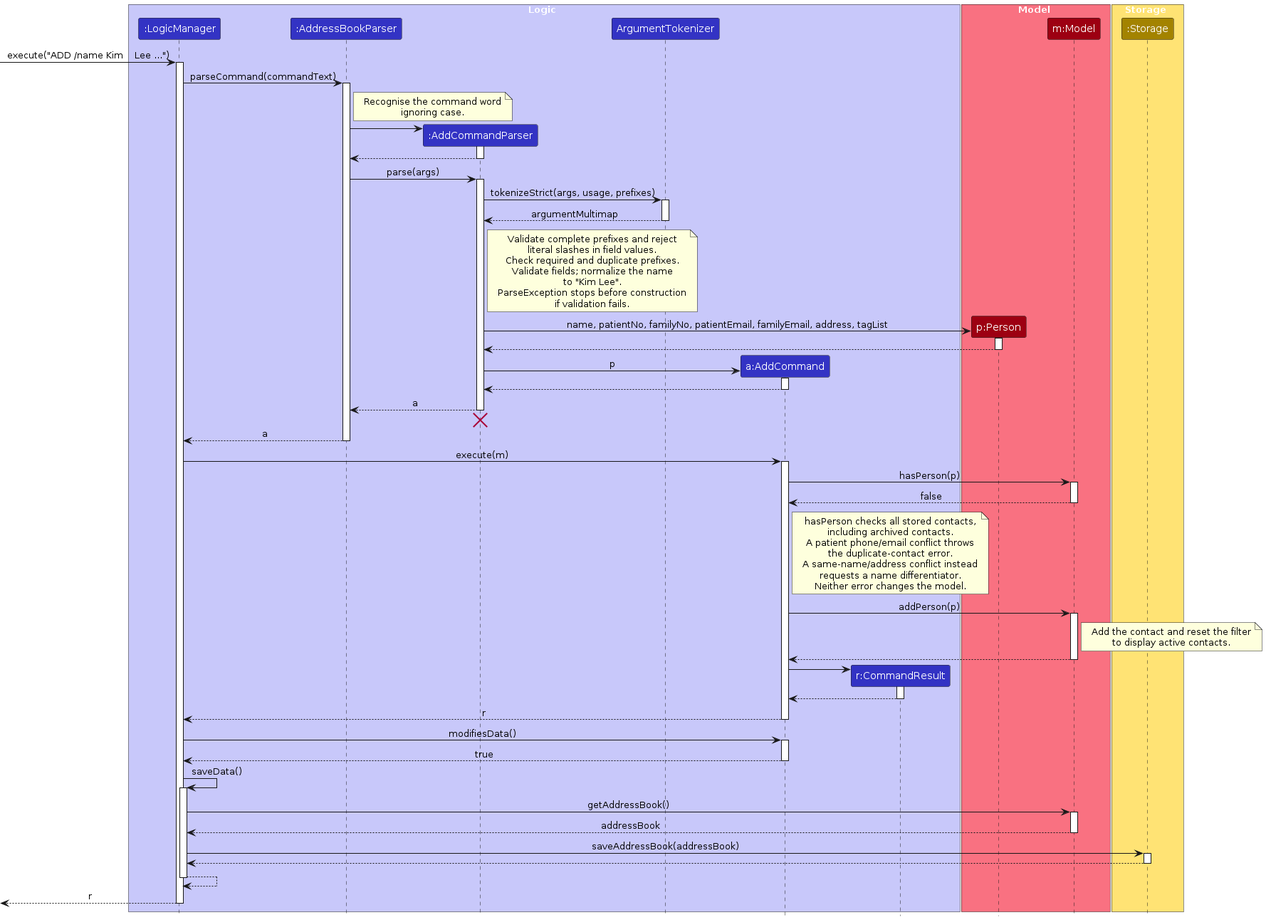
This is diagrams/AddSequenceDiagram.png from AY2627S1-CS2103T-T08-1/tp, a PlantUML export, as it was before one commit. Its source is kept beside it as diagrams/AddSequenceDiagram.puml.
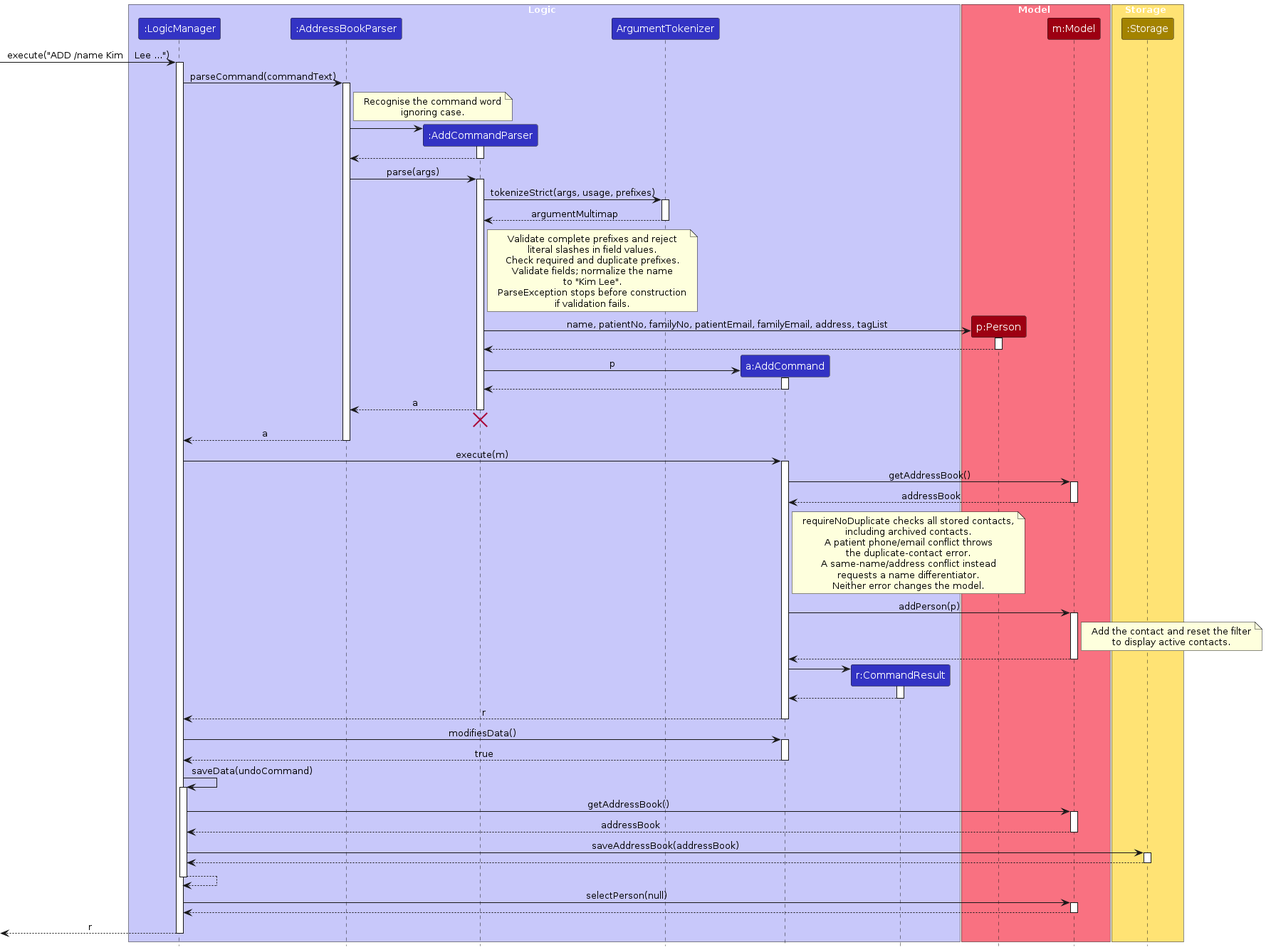
The same diagram one commit later.

Diff of the diagram source:
```diff
@@ -81,14 +81,14 @@
 LogicManager -> AddCommand : execute(m)
 activate AddCommand
 
-AddCommand -> Model : hasPerson(p)
+AddCommand -> Model : getAddressBook()
 activate Model
 
-Model --> AddCommand : false
+Model --> AddCommand : addressBook
 deactivate Model
 
 note right of AddCommand
-  hasPerson checks all stored contacts,
+  requireNoDuplicate checks all stored contacts,
   including archived contacts.
   A patient phone/email conflict throws
   the duplicate-contact error.
@@ -124,7 +124,7 @@
 AddCommand --> LogicManager : true
 deactivate AddCommand
 
-LogicManager -> LogicManager : saveData()
+LogicManager -> LogicManager : saveData(undoCommand)
 activate LogicManager
 
 LogicManager -> Model : getAddressBook()
@@ -142,6 +142,11 @@
 LogicManager --> LogicManager
 deactivate LogicManager
 
+LogicManager -> Model : selectPerson(null)
+activate Model
+Model --> LogicManager
+deactivate Model
+
 [<-- LogicManager : r
 deactivate LogicManager
 @enduml
```
